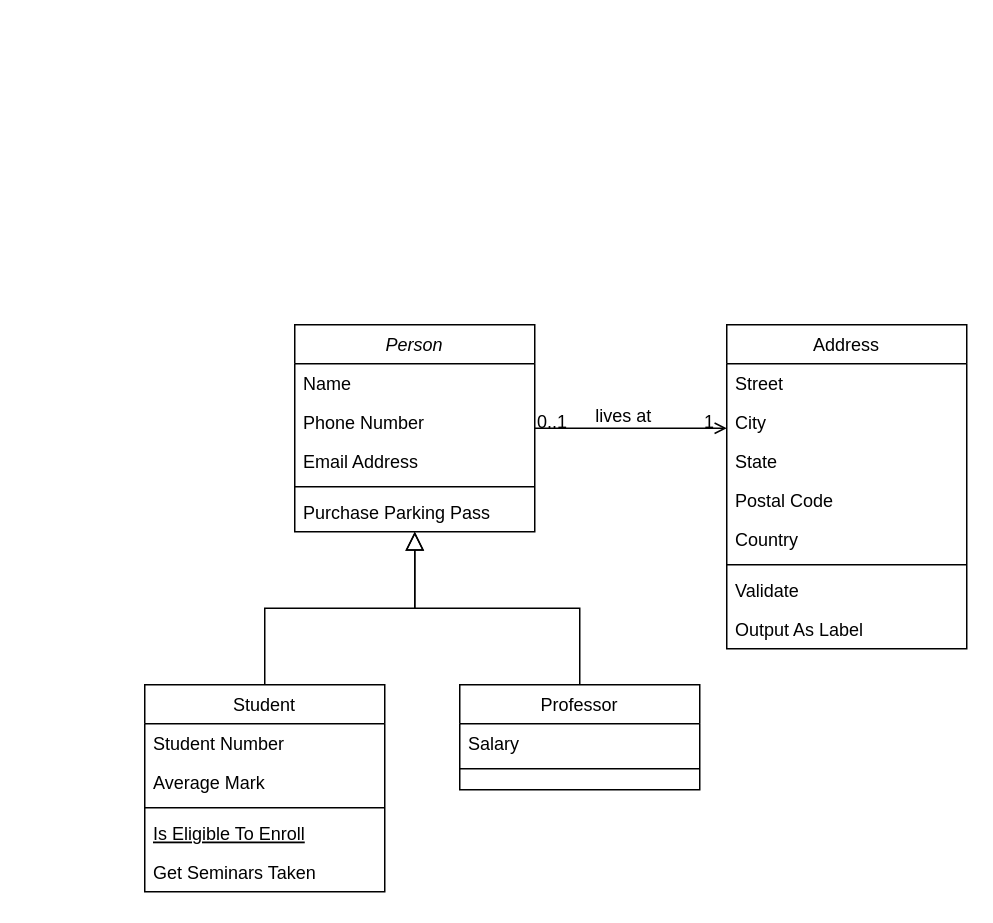
The draw.io diagram DC_d19.drawio in Vinceto/Diagramas, before the edit. Source tidied: cells renumbered, new cells numbered last; positions are measured from the earlier drawing's top-left corner, leaving out a move shared by most shapes. Both pictures are drawn from the tidied source at 150%, with x=0, y=0 at pixel (144, 324).
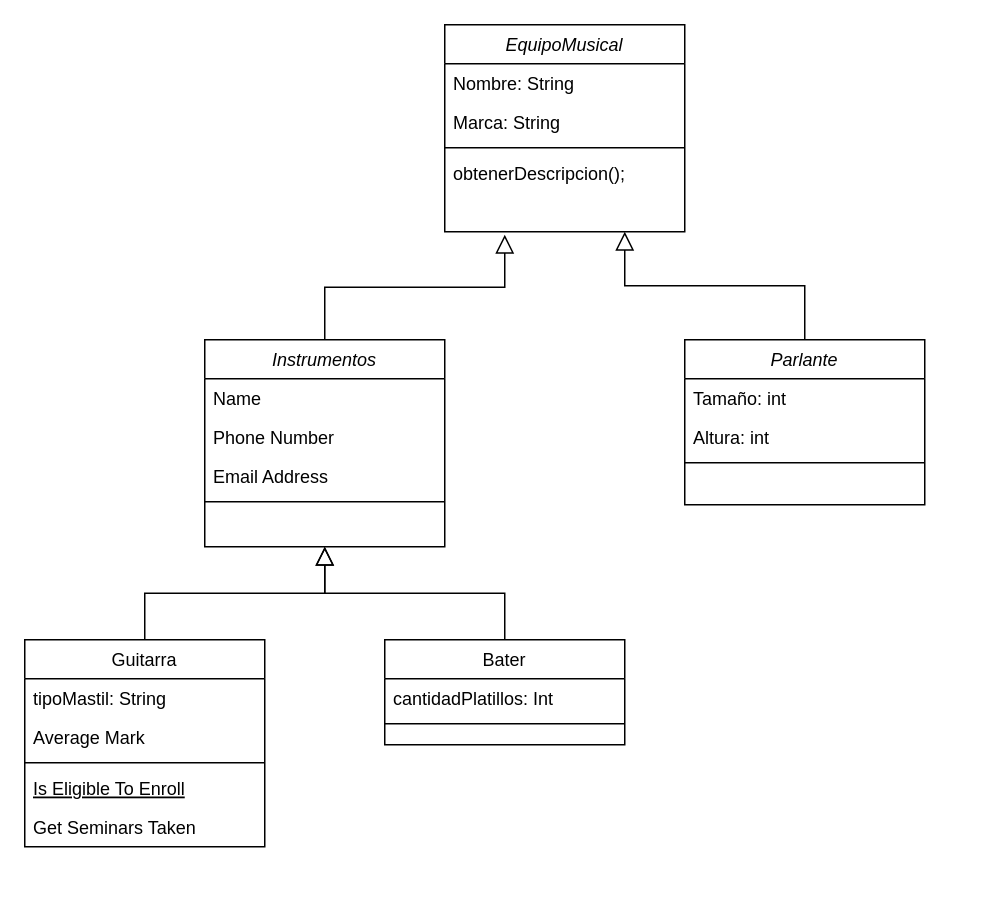
After the change.

The edit, as a diff of the source:
```diff
@@
-    <mxCell id="2" value="Person" style="swimlane;fontStyle=2;align=center;verticalAlign=top;horizontal=1;startSize=26;rounded=0;shadow=0;strokeWidth=1;" parent="1" vertex="1">
-      <mxGeometry x="100" width="160" height="138" as="geometry" />
+    <mxCell id="2" value="Instrumentos" style="swimlane;fontStyle=2;align=center;verticalAlign=top;horizontal=1;startSize=26;rounded=0;shadow=0;strokeWidth=1;" parent="1" vertex="1">
+      <mxGeometry x="40" y="10" width="160" height="138" as="geometry" />
     </mxCell>
@@
-    <mxCell id="7" value="Purchase Parking Pass" style="text;align=left;verticalAlign=top;spacingLeft=4;spacingRight=4;overflow=hidden;" parent="2" vertex="1">
-      <mxGeometry y="112" width="160" height="26" as="geometry" />
-    </mxCell>
-    <mxCell id="8" value="Student" style="swimlane;fontStyle=0;align=center;verticalAlign=top;horizontal=1;startSize=26;rounded=0;shadow=0;strokeWidth=1;" parent="1" vertex="1">
-      <mxGeometry y="240" width="160" height="138" as="geometry" />
+    <mxCell id="8" value="Guitarra" style="swimlane;fontStyle=0;align=center;verticalAlign=top;horizontal=1;startSize=26;rounded=0;shadow=0;strokeWidth=1;" parent="1" vertex="1">
+      <mxGeometry x="-80" y="210" width="160" height="138" as="geometry" />
     </mxCell>
-    <mxCell id="9" value="Student Number" style="text;align=left;verticalAlign=top;spacingLeft=4;spacingRight=4;overflow=hidden;" parent="8" vertex="1">
+    <mxCell id="9" value="tipoMastil: String" style="text;align=left;verticalAlign=top;spacingLeft=4;spacingRight=4;overflow=hidden;" parent="8" vertex="1">
       <mxGeometry y="26" width="160" height="26" as="geometry" />
     </mxCell>
@@
-    <mxCell id="15" value="Professor" style="swimlane;fontStyle=0;align=center;verticalAlign=top;horizontal=1;startSize=26;rounded=0;shadow=0;strokeWidth=1;" parent="1" vertex="1">
-      <mxGeometry x="210" y="240" width="160" height="70" as="geometry" />
+    <mxCell id="15" value="Bater" style="swimlane;fontStyle=0;align=center;verticalAlign=top;horizontal=1;startSize=26;rounded=0;shadow=0;strokeWidth=1;" parent="1" vertex="1">
+      <mxGeometry x="160" y="210" width="160" height="70" as="geometry" />
     </mxCell>
-    <mxCell id="16" value="Salary" style="text;align=left;verticalAlign=top;spacingLeft=4;spacingRight=4;overflow=hidden;" parent="15" vertex="1">
+    <mxCell id="16" value="cantidadPlatillos: Int" style="text;align=left;verticalAlign=top;spacingLeft=4;spacingRight=4;overflow=hidden;" parent="15" vertex="1">
       <mxGeometry y="26" width="160" height="26" as="geometry" />
     </mxCell>
@@
-    <mxCell id="19" value="Address" style="swimlane;fontStyle=0;align=center;verticalAlign=top;horizontal=1;startSize=26;rounded=0;shadow=0;strokeWidth=1;" parent="1" vertex="1">
-      <mxGeometry x="388" width="160" height="216" as="geometry" />
-    </mxCell>
-    <mxCell id="20" value="Street" style="text;align=left;verticalAlign=top;spacingLeft=4;spacingRight=4;overflow=hidden;" parent="19" vertex="1">
-      <mxGeometry y="26" width="160" height="26" as="geometry" />
-    </mxCell>
-    <mxCell id="21" value="City" style="text;align=left;verticalAlign=top;spacingLeft=4;spacingRight=4;overflow=hidden;rounded=0;shadow=0;html=0;" parent="19" vertex="1">
-      <mxGeometry y="52" width="160" height="26" as="geometry" />
-    </mxCell>
-    <mxCell id="22" value="State" style="text;align=left;verticalAlign=top;spacingLeft=4;spacingRight=4;overflow=hidden;rounded=0;shadow=0;html=0;" parent="19" vertex="1">
-      <mxGeometry y="78" width="160" height="26" as="geometry" />
-    </mxCell>
-    <mxCell id="23" value="Postal Code" style="text;align=left;verticalAlign=top;spacingLeft=4;spacingRight=4;overflow=hidden;rounded=0;shadow=0;html=0;" parent="19" vertex="1">
-      <mxGeometry y="104" width="160" height="26" as="geometry" />
-    </mxCell>
-    <mxCell id="24" value="Country" style="text;align=left;verticalAlign=top;spacingLeft=4;spacingRight=4;overflow=hidden;rounded=0;shadow=0;html=0;" parent="19" vertex="1">
-      <mxGeometry y="130" width="160" height="26" as="geometry" />
-    </mxCell>
-    <mxCell id="25" style="line;html=1;strokeWidth=1;align=left;verticalAlign=middle;spacingTop=-1;spacingLeft=3;spacingRight=3;labelPosition=right;" parent="19" vertex="1">
-      <mxGeometry y="156" width="160" height="8" as="geometry" />
-    </mxCell>
-    <mxCell id="26" value="Validate" style="text;align=left;verticalAlign=top;spacingLeft=4;spacingRight=4;overflow=hidden;" parent="19" vertex="1">
-      <mxGeometry y="164" width="160" height="26" as="geometry" />
-    </mxCell>
-    <mxCell id="27" value="Output As Label" style="text;align=left;verticalAlign=top;spacingLeft=4;spacingRight=4;overflow=hidden;" parent="19" vertex="1">
-      <mxGeometry y="190" width="160" height="26" as="geometry" />
-    </mxCell>
-    <mxCell id="28" style="endArrow=open;shadow=0;strokeWidth=1;rounded=0;curved=0;endFill=1;edgeStyle=elbowEdgeStyle;elbow=vertical;" parent="1" edge="1" source="2" target="19">
-      <mxGeometry x="0.5" y="41" relative="1" as="geometry">
-        <mxPoint x="-40" y="32" as="offset" />
-      </mxGeometry>
-    </mxCell>
-    <mxCell id="29" value="0..1" style="align=left;verticalAlign=bottom;labelBackgroundColor=none;fontSize=12;" parent="28" vertex="1">
-      <mxGeometry x="-1" relative="1" as="geometry">
-        <mxPoint y="4" as="offset" />
-      </mxGeometry>
-    </mxCell>
-    <mxCell id="30" value="1" style="align=right;verticalAlign=bottom;labelBackgroundColor=none;fontSize=12;" parent="28" vertex="1">
-      <mxGeometry x="1" relative="1" as="geometry">
-        <mxPoint x="-7" y="4" as="offset" />
-      </mxGeometry>
-    </mxCell>
-    <mxCell id="31" value="lives at" style="text;html=1;align=center;verticalAlign=middle;labelBackgroundColor=none;rounded=0;shadow=0;strokeWidth=1;fontSize=12;" parent="28" vertex="1">
-      <mxGeometry x="0.5" y="49" relative="1" as="geometry">
-        <mxPoint x="-38" y="40" as="offset" />
-      </mxGeometry>
-    </mxCell>
+    <mxCell id="32" value="EquipoMusical" style="swimlane;fontStyle=2;align=center;verticalAlign=top;horizontal=1;startSize=26;rounded=0;shadow=0;strokeWidth=1;" parent="1" vertex="1">
+      <mxGeometry x="200" y="-200" width="160" height="138" as="geometry" />
+    </mxCell>
+    <mxCell id="33" value="Nombre: String" style="text;align=left;verticalAlign=top;spacingLeft=4;spacingRight=4;overflow=hidden;" parent="32" vertex="1">
+      <mxGeometry y="26" width="160" height="26" as="geometry" />
+    </mxCell>
+    <mxCell id="34" value="Marca: String" style="text;align=left;verticalAlign=top;spacingLeft=4;spacingRight=4;overflow=hidden;rounded=0;shadow=0;html=0;" parent="32" vertex="1">
+      <mxGeometry y="52" width="160" height="26" as="geometry" />
+    </mxCell>
+    <mxCell id="35" style="line;html=1;strokeWidth=1;align=left;verticalAlign=middle;spacingTop=-1;spacingLeft=3;spacingRight=3;labelPosition=right;" parent="32" vertex="1">
+      <mxGeometry y="78" width="160" height="8" as="geometry" />
+    </mxCell>
+    <mxCell id="36" value="obtenerDescripcion();" style="text;align=left;verticalAlign=top;spacingLeft=4;spacingRight=4;overflow=hidden;" parent="32" vertex="1">
+      <mxGeometry y="86" width="160" height="26" as="geometry" />
+    </mxCell>
+    <mxCell id="37" value="Parlante" style="swimlane;fontStyle=2;align=center;verticalAlign=top;horizontal=1;startSize=26;rounded=0;shadow=0;strokeWidth=1;" parent="1" vertex="1">
+      <mxGeometry x="360" y="10" width="160" height="110" as="geometry" />
+    </mxCell>
+    <mxCell id="38" value="Tamaño: int" style="text;align=left;verticalAlign=top;spacingLeft=4;spacingRight=4;overflow=hidden;" parent="37" vertex="1">
+      <mxGeometry y="26" width="160" height="26" as="geometry" />
+    </mxCell>
+    <mxCell id="39" value="Altura: int" style="text;align=left;verticalAlign=top;spacingLeft=4;spacingRight=4;overflow=hidden;rounded=0;shadow=0;html=0;" parent="37" vertex="1">
+      <mxGeometry y="52" width="160" height="26" as="geometry" />
+    </mxCell>
+    <mxCell id="40" style="line;html=1;strokeWidth=1;align=left;verticalAlign=middle;spacingTop=-1;spacingLeft=3;spacingRight=3;labelPosition=right;" parent="37" vertex="1">
+      <mxGeometry y="78" width="160" height="8" as="geometry" />
+    </mxCell>
+    <mxCell id="41" style="endArrow=block;endSize=10;endFill=0;shadow=0;strokeWidth=1;rounded=0;curved=0;edgeStyle=elbowEdgeStyle;elbow=vertical;entryX=0.75;entryY=1;entryDx=0;entryDy=0;" parent="1" edge="1" source="37" target="32">
+      <mxGeometry relative="1" as="geometry" />
+    </mxCell>
+    <mxCell id="42" style="endArrow=block;endSize=10;endFill=0;shadow=0;strokeWidth=1;rounded=0;curved=0;edgeStyle=elbowEdgeStyle;elbow=vertical;exitX=0.5;exitY=0;exitDx=0;exitDy=0;" parent="1" edge="1" source="2">
+      <mxGeometry relative="1" as="geometry">
+        <mxPoint x="240" y="-60" as="targetPoint" />
+      </mxGeometry>
+    </mxCell>
```
